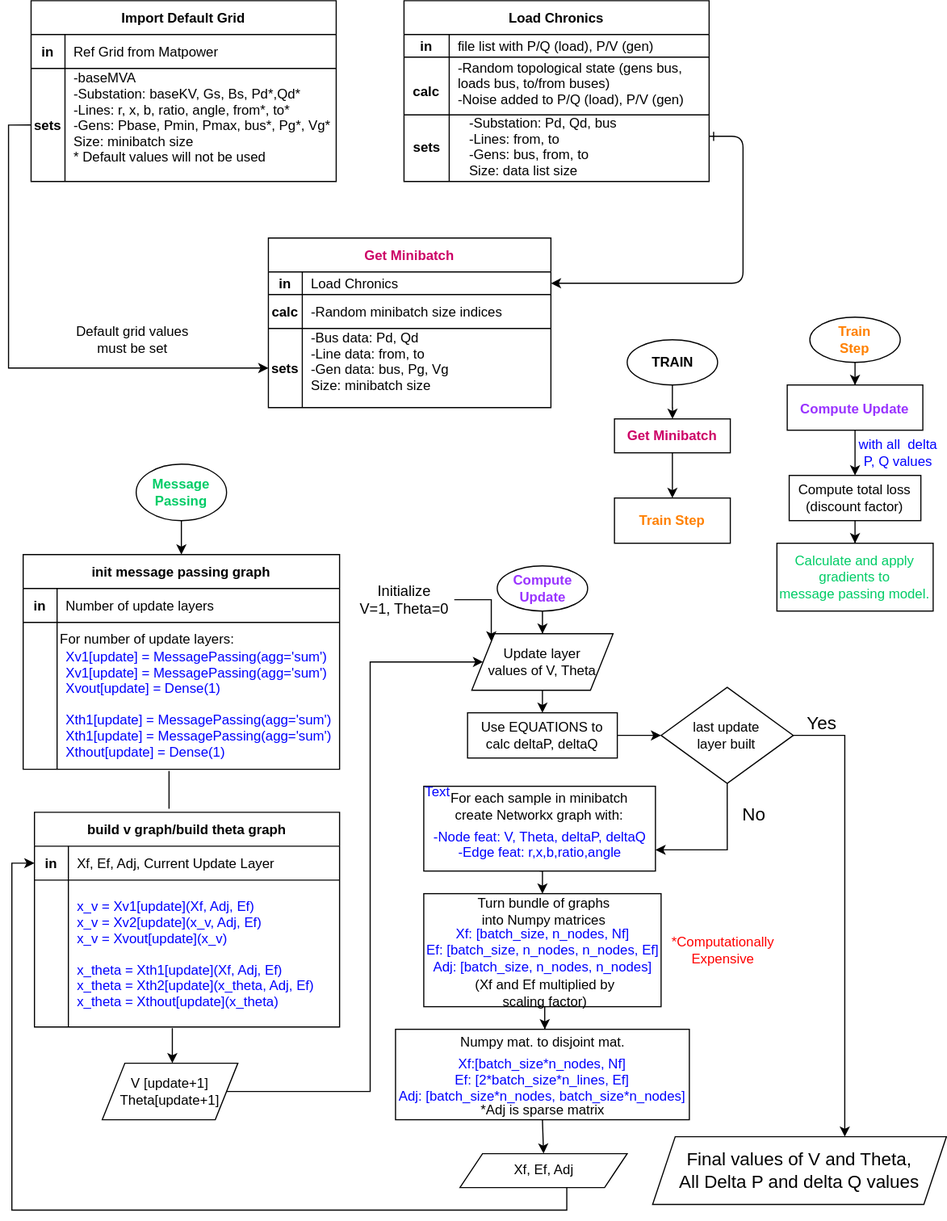
Above: PFdiagrams.svg in tanushBee/RLC1 (draw.io), before the change. Source tidied: cells renumbered, new cells last; positions are measured from the earlier drawing's top-left corner, leaving out a move shared by most shapes.
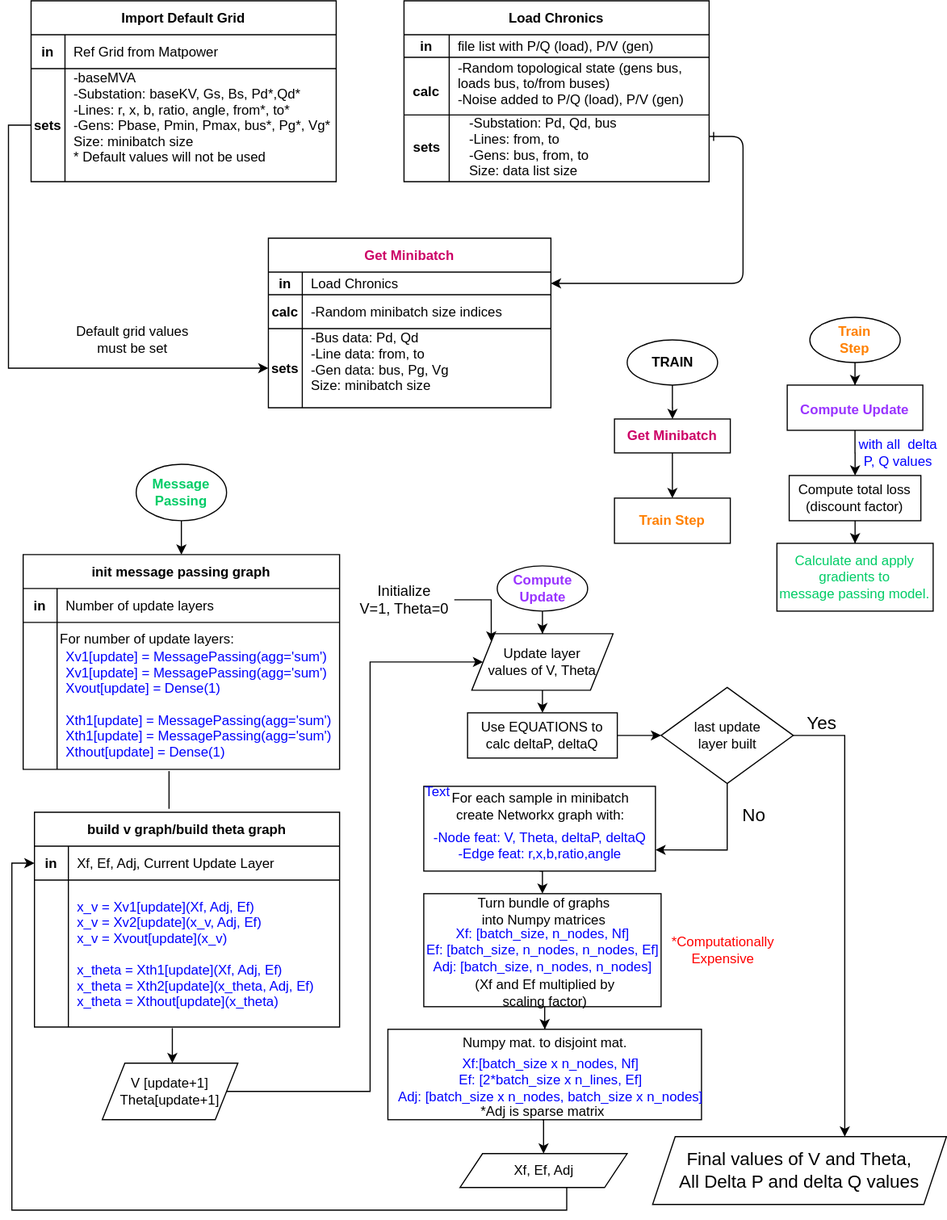
After the commit.

What changed in the source:
```diff
@@ -135,7 +135,7 @@
     <mxCell id="43" value="&lt;div&gt;For each sample in minibatch create Networkx graph with:&lt;/div&gt;" style="text;html=1;strokeColor=none;fillColor=none;align=center;verticalAlign=middle;whiteSpace=wrap;rounded=0;" parent="1" vertex="1">
       <mxGeometry x="377.5" y="703" width="180" height="20" as="geometry" />
     </mxCell>
-    <mxCell id="44" style="edgeStyle=orthogonalEdgeStyle;rounded=0;jettySize=auto;html=1;entryX=0.508;entryY=0;entryDx=0;entryDy=0;entryPerimeter=0;endArrow=classic;endFill=1;fontColor=#000000;" parent="1" edge="1" source="45" target="47">
+    <mxCell id="44" style="edgeStyle=orthogonalEdgeStyle;rounded=0;jettySize=auto;html=1;endArrow=classic;endFill=1;fontSize=13;fontColor=#000000;" parent="1" edge="1" source="45" target="47">
       <mxGeometry relative="1" as="geometry" />
     </mxCell>
     <mxCell id="45" value="&lt;div&gt;(Xf and Ef multiplied by &lt;br&gt;&lt;/div&gt;&lt;div&gt;scaling factor)&lt;/div&gt;" style="text;html=1;strokeColor=none;fillColor=none;align=center;verticalAlign=middle;whiteSpace=wrap;rounded=0;fontColor=#000000;" parent="1" vertex="1">
@@ -145,10 +145,10 @@
       <mxGeometry x="573.5" y="825" width="110" height="30" as="geometry" />
     </mxCell>
     <mxCell id="47" value="&lt;div&gt;Numpy mat. to disjoint mat.&lt;/div&gt;&lt;div&gt;&lt;br&gt;&lt;/div&gt;&lt;div&gt;&lt;br&gt;&lt;/div&gt;&lt;div&gt;&lt;br&gt;&lt;/div&gt;&lt;div&gt;&lt;br&gt;&lt;/div&gt;" style="rounded=0;whiteSpace=wrap;html=1;" parent="1" vertex="1">
-      <mxGeometry x="339.5" y="910" width="260" height="80" as="geometry" />
+      <mxGeometry x="332.8" y="910" width="277.5" height="80" as="geometry" />
     </mxCell>
-    <mxCell id="48" value="&lt;div&gt;&lt;font color=&quot;#0000FF&quot;&gt;Xf:[batch_size*n_nodes, Nf]&lt;/font&gt;&lt;/div&gt;&lt;div&gt;&lt;font color=&quot;#0000FF&quot;&gt;Ef: [2*batch_size*n_lines, Ef]&lt;/font&gt;&lt;/div&gt;&lt;div&gt;&lt;font color=&quot;#0000FF&quot;&gt;Adj: [batch_size*n_nodes, batch_size*n_nodes]&lt;br&gt;&lt;/font&gt;&lt;/div&gt;" style="text;html=1;strokeColor=none;fillColor=none;align=center;verticalAlign=middle;whiteSpace=wrap;rounded=0;fontColor=#000000;" parent="1" vertex="1">
-      <mxGeometry x="337" y="940" width="265" height="30" as="geometry" />
+    <mxCell id="48" value="&lt;div&gt;&lt;font color=&quot;#0000FF&quot;&gt;Xf:[batch_size x n_nodes, Nf]&lt;/font&gt;&lt;/div&gt;&lt;div&gt;&lt;font color=&quot;#0000FF&quot;&gt;Ef: [2*batch_size x n_lines, Ef]&lt;/font&gt;&lt;/div&gt;&lt;div&gt;&lt;font color=&quot;#0000FF&quot;&gt;Adj: [batch_size x n_nodes, batch_size x n_nodes]&lt;br&gt;&lt;/font&gt;&lt;/div&gt;" style="text;html=1;strokeColor=none;fillColor=none;align=center;verticalAlign=middle;whiteSpace=wrap;rounded=0;fontColor=#000000;" parent="1" vertex="1">
+      <mxGeometry x="337" y="940" width="280" height="30" as="geometry" />
     </mxCell>
     <mxCell id="49" style="edgeStyle=orthogonalEdgeStyle;rounded=0;jettySize=auto;html=1;exitX=0.5;exitY=1;exitDx=0;exitDy=0;entryX=0.5;entryY=0;entryDx=0;entryDy=0;endArrow=classic;endFill=1;fontColor=#000000;" parent="1" edge="1" source="50" target="52">
       <mxGeometry relative="1" as="geometry" />
```
